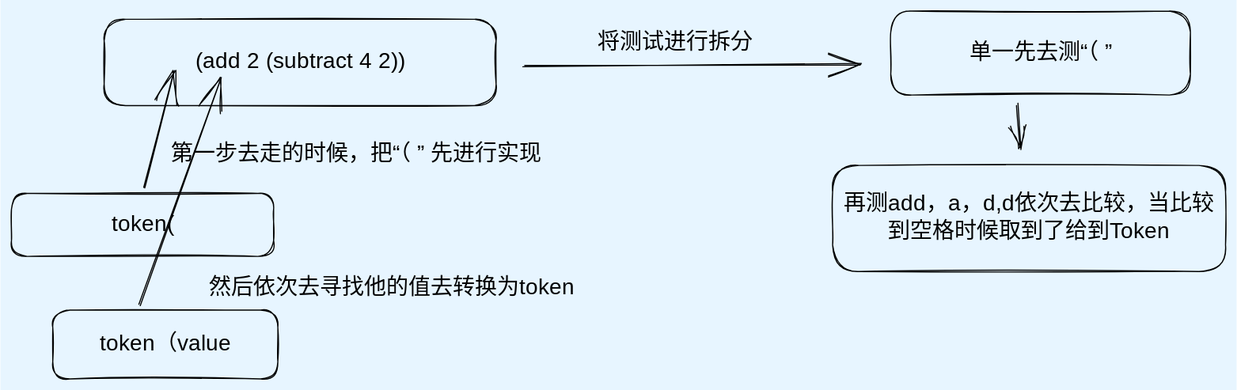
Before: note.excalidraw.svg, a diagram exported from Excalidraw (zclsx/tiny-compiler). Source tidied: one line per element, renumbered; positions are measured from the earlier drawing's top-left corner, leaving out a move shared by most shapes.
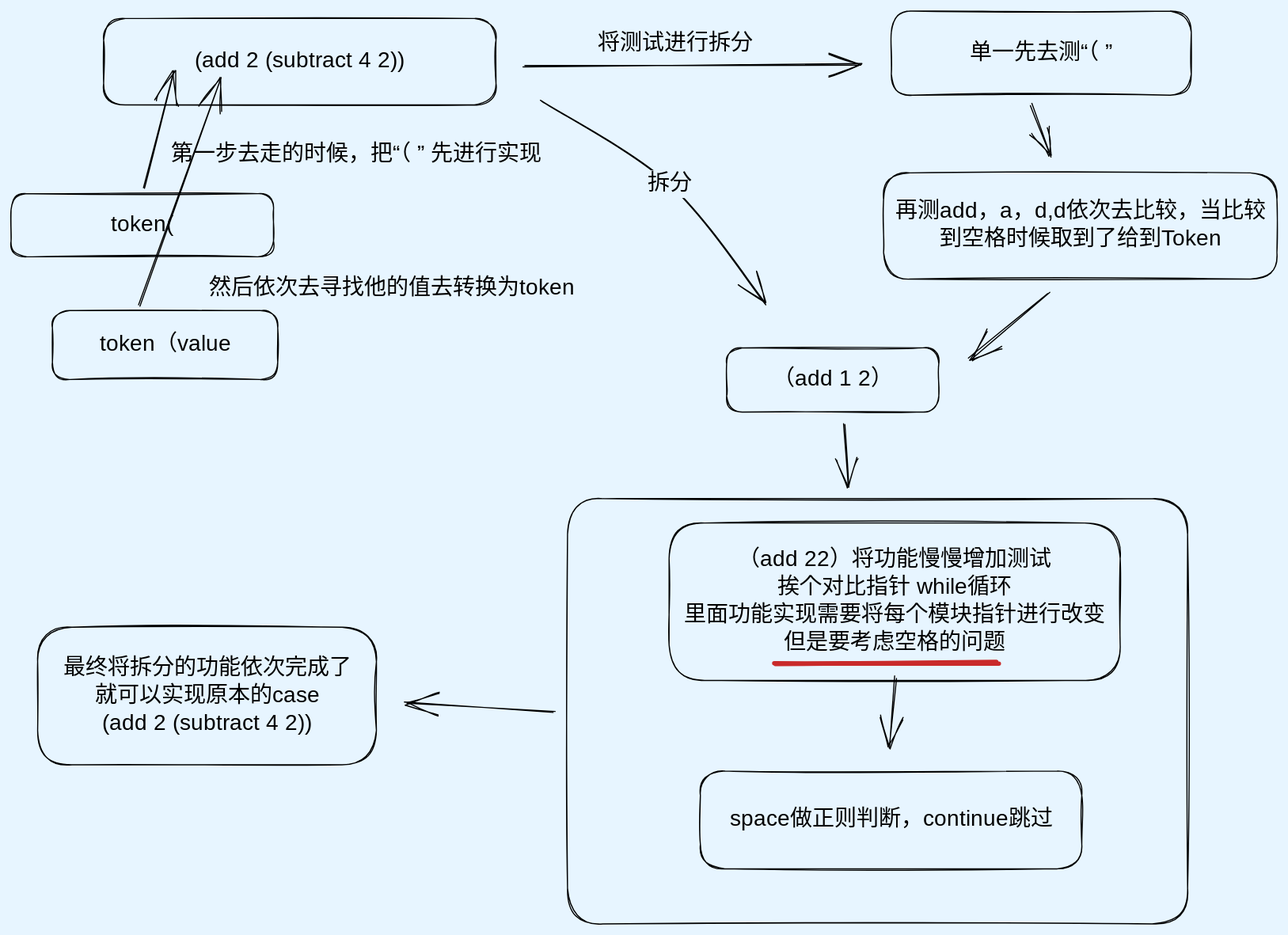
The same file after the commit.

The edit, as a diff of the source:
```diff
@@ -1,5 +1,5 @@
 {"id": 0, "type": "rectangle", "strokeColor": "#000000", "strokeWidth": 1, "roughness": 1, "round": true, "x": 84, "y": 7, "width": 354, "height": 78}
-{"id": 1, "type": "text", "text": "(add 2 (subtract 4 2))", "strokeColor": "#000000", "strokeWidth": 1, "roughness": 1, "fontSize": 20, "fontFamily": 1, "textAlign": "center", "verticalAlign": "middle", "inside": 0, "x": 143, "y": 34, "width": 234, "height": 25}
+{"id": 1, "type": "text", "text": "(add 2 (subtract 4 2))", "strokeColor": "#000000", "strokeWidth": 1, "roughness": 1, "fontSize": 20, "fontFamily": 1, "textAlign": "center", "verticalAlign": "middle", "inside": 0, "x": 143, "y": 33, "width": 234, "height": 25}
 {"id": 2, "type": "arrow", "strokeColor": "#000000", "strokeWidth": 1, "roughness": 1, "endArrowhead": "arrow", "round": true, "from": 3, "x": 119, "y": 159, "width": 27, "height": 104, "points": [[0, 0], [27, -104]]}
 {"id": 3, "type": "rectangle", "strokeColor": "#000000", "strokeWidth": 1, "roughness": 1, "round": true, "x": 0, "y": 165, "width": 237, "height": 57}
 {"id": 4, "type": "text", "text": "token(", "strokeColor": "#000000", "strokeWidth": 1, "roughness": 1, "fontSize": 20, "fontFamily": 1, "textAlign": "center", "verticalAlign": "middle", "inside": 3, "x": 88, "y": 181, "width": 61, "height": 25}
@@ -12,6 +12,22 @@
 {"id": 11, "type": "arrow", "strokeColor": "#000000", "strokeWidth": 1, "roughness": 1, "endArrowhead": "arrow", "round": true, "x": 463, "y": 51, "width": 305, "height": 3, "points": [[0, 0], [305, -3]]}
 {"id": 12, "type": "rectangle", "strokeColor": "#000000", "strokeWidth": 1, "roughness": 1, "round": true, "x": 794, "y": 0, "width": 271, "height": 76}
 {"id": 13, "type": "text", "text": "单一先去测“（ ”", "strokeColor": "#000000", "strokeWidth": 1, "roughness": 1, "fontSize": 20, "fontFamily": 1, "textAlign": "center", "verticalAlign": "middle", "inside": 12, "x": 855, "y": 25, "width": 150, "height": 25}
-{"id": 14, "type": "arrow", "strokeColor": "#000000", "strokeWidth": 1, "roughness": 1, "endArrowhead": "arrow", "round": true, "from": 12, "to": 15, "x": 909, "y": 84, "width": 3, "height": 41, "points": [[0, 0], [3, 41]]}
+{"id": 14, "type": "arrow", "strokeColor": "#000000", "strokeWidth": 1, "roughness": 1, "endArrowhead": "arrow", "round": true, "from": 12, "to": 15, "x": 921, "y": 84, "width": 17, "height": 47, "points": [[0, 0], [17, 47]]}
-{"id": 15, "type": "rectangle", "strokeColor": "#000000", "strokeWidth": 1, "roughness": 1, "round": true, "x": 742, "y": 139, "width": 355, "height": 96}
+{"id": 15, "type": "rectangle", "strokeColor": "#000000", "strokeWidth": 1, "roughness": 1, "round": true, "x": 787, "y": 146, "width": 355, "height": 96}
-{"id": 16, "type": "text", "text": "再测add，a，d,d依次去比较，当比较\n到空格时候取到了给到Token", "strokeColor": "#000000", "strokeWidth": 1, "roughness": 1, "fontSize": 20, "fontFamily": 1, "textAlign": "center", "verticalAlign": "middle", "inside": 15, "x": 750, "y": 162, "width": 337, "height": 50}
+{"id": 16, "type": "text", "text": "再测add，a，d,d依次去比较，当比较\n到空格时候取到了给到Token", "strokeColor": "#000000", "strokeWidth": 1, "roughness": 1, "fontSize": 20, "fontFamily": 1, "textAlign": "center", "verticalAlign": "middle", "inside": 15, "x": 796, "y": 169, "width": 337, "height": 50}
+{"id": 17, "type": "arrow", "strokeColor": "#000000", "strokeWidth": 1, "roughness": 1, "endArrowhead": "arrow", "round": true, "x": 478, "y": 81, "width": 202, "height": 183, "points": [[0, 0], [116, 75], [202, 183]]}
+{"id": 18, "type": "text", "text": "拆分", "strokeColor": "#000000", "strokeWidth": 1, "roughness": 1, "fontSize": 20, "fontFamily": 1, "textAlign": "center", "verticalAlign": "middle", "inside": 17, "x": 603, "y": 168, "width": 40, "height": 25}
+{"id": 19, "type": "rectangle", "strokeColor": "#000000", "strokeWidth": 1, "roughness": 1, "round": true, "x": 594, "y": 462, "width": 407, "height": 142}
+{"id": 20, "type": "text", "text": "（add 22）将功能慢慢增加测试\n挨个对比指针 while循环\n里面功能实现需要将每个模块指针进行改变\n但是要考虑空格的问题", "strokeColor": "#000000", "strokeWidth": 1, "roughness": 1, "fontSize": 20, "fontFamily": 1, "textAlign": "center", "verticalAlign": "middle", "inside": 19, "x": 607, "y": 483, "width": 380, "height": 100}
+{"id": 21, "type": "line", "strokeColor": "#c92a2a", "strokeWidth": 4, "roughness": 1, "round": true, "x": 689, "y": 588, "width": 201, "height": 1, "points": [[0, 0], [201, -1]]}
+{"id": 22, "type": "arrow", "strokeColor": "#000000", "strokeWidth": 1, "roughness": 1, "endArrowhead": "arrow", "round": true, "to": 23, "x": 798, "y": 600, "width": 6, "height": 64, "points": [[0, 0], [-6, 64]]}
+{"id": 23, "type": "rectangle", "strokeColor": "#000000", "strokeWidth": 1, "roughness": 1, "round": true, "x": 622, "y": 686, "width": 344, "height": 88}
+{"id": 24, "type": "text", "text": "space做正则判断，continue跳过", "strokeColor": "#000000", "strokeWidth": 1, "roughness": 1, "fontSize": 20, "fontFamily": 1, "textAlign": "center", "verticalAlign": "middle", "inside": 23, "x": 648, "y": 717, "width": 293, "height": 25}
+{"id": 25, "type": "rectangle", "strokeColor": "#000000", "strokeWidth": 1, "roughness": 1, "round": true, "x": 502, "y": 440, "width": 559, "height": 384}
+{"id": 26, "type": "rectangle", "strokeColor": "#000000", "strokeWidth": 1, "roughness": 1, "round": true, "x": 646, "y": 304, "width": 191, "height": 58}
+{"id": 27, "type": "text", "text": "（add 1 2）", "strokeColor": "#000000", "strokeWidth": 1, "roughness": 1, "fontSize": 20, "fontFamily": 1, "textAlign": "center", "verticalAlign": "middle", "inside": 26, "x": 683, "y": 320, "width": 116, "height": 25}
+{"id": 28, "type": "arrow", "strokeColor": "#000000", "strokeWidth": 1, "roughness": 1, "endArrowhead": "arrow", "round": true, "from": 15, "x": 936, "y": 255, "width": 71, "height": 58, "points": [[0, 0], [-71, 58]]}
+{"id": 29, "type": "arrow", "strokeColor": "#000000", "strokeWidth": 1, "roughness": 1, "endArrowhead": "arrow", "round": true, "from": 26, "to": 25, "x": 752, "y": 372, "width": 3, "height": 57, "points": [[0, 0], [3, 57]]}
+{"id": 30, "type": "arrow", "strokeColor": "#000000", "strokeWidth": 1, "roughness": 1, "endArrowhead": "arrow", "round": true, "from": 25, "to": 31, "x": 490, "y": 632, "width": 134, "height": 8, "points": [[0, 0], [-134, -8]]}
+{"id": 31, "type": "rectangle", "strokeColor": "#000000", "strokeWidth": 1, "roughness": 1, "round": true, "x": 24, "y": 556, "width": 306, "height": 124}
+{"id": 32, "type": "text", "text": "最终将拆分的功能依次完成了\n就可以实现原本的case\n(add 2 (subtract 4 2))", "strokeColor": "#000000", "strokeWidth": 1, "roughness": 1, "fontSize": 20, "fontFamily": 1, "textAlign": "center", "verticalAlign": "middle", "inside": 31, "x": 47, "y": 580, "width": 260, "height": 75}
```
